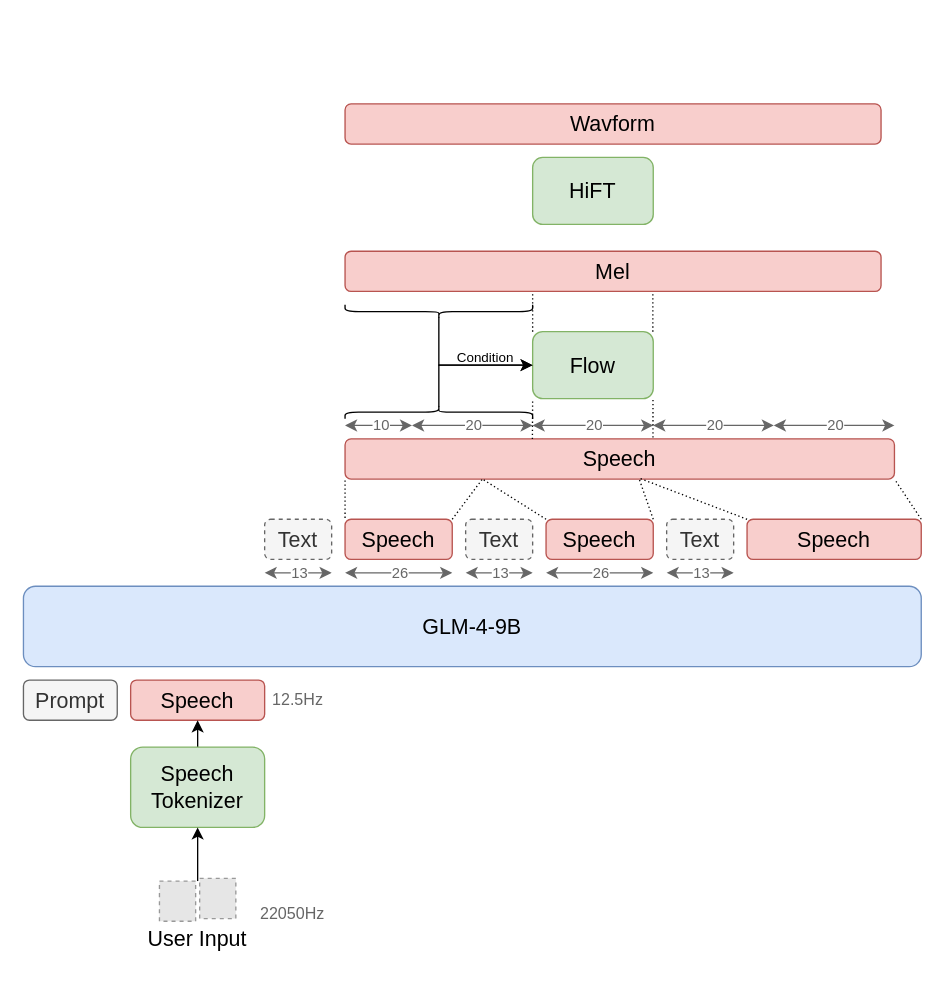
xrysamuel/my-drawio keeps this draw.io diagram as Drafts/glm4v.drawio. Above is the earlier version. Source tidied: cells renumbered, new cells numbered last; positions are measured from the earlier drawing's top-left corner, leaving out a move shared by most shapes. Both pictures are drawn from the tidied source at 134%, with x=0, y=0 at pixel (23, 103). Pictures stored in the file or linked from it are replaced by grey dashed boxes.
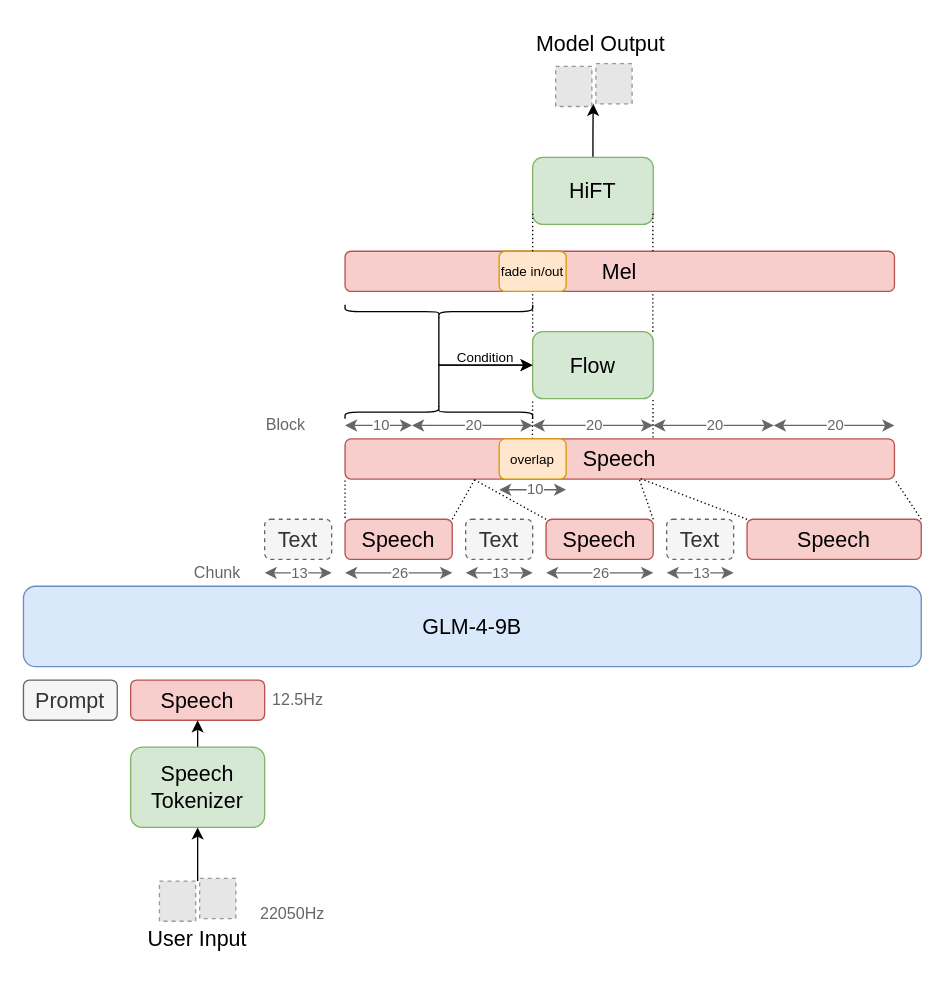
Above is the later version.

Unchanged cells that the change refers to:
```xml
<mxCell id="11" value="&lt;font style=&quot;font-size: 16px;&quot;&gt;Speech&lt;/font&gt;" style="rounded=1;whiteSpace=wrap;html=1;fillColor=#f8cecc;strokeColor=#b85450;" parent="1" vertex="1">
  <mxGeometry x="240" y="310" width="80" height="30" as="geometry" />
</mxCell>
<mxCell id="17" value="&lt;font style=&quot;font-size: 16px;&quot;&gt;Speech&lt;/font&gt;" style="rounded=1;whiteSpace=wrap;html=1;fillColor=#f8cecc;strokeColor=#b85450;" parent="1" vertex="1">
  <mxGeometry x="240" y="250" width="410" height="30" as="geometry" />
</mxCell>
<mxCell id="19" value="&lt;font style=&quot;font-size: 16px;&quot;&gt;HiFT&lt;/font&gt;" style="rounded=1;whiteSpace=wrap;html=1;fillColor=#d5e8d4;strokeColor=#82b366;" parent="1" vertex="1">
  <mxGeometry x="380" y="40" width="90" height="50" as="geometry" />
</mxCell>
```

Diff of the diagram source:
```diff
@@
+    <mxCell id="59" style="edgeStyle=orthogonalEdgeStyle;rounded=0;jettySize=auto;html=1;exitX=0.5;exitY=0;exitDx=0;exitDy=0;" parent="1" edge="1" source="19">
+      <mxGeometry relative="1" as="geometry">
+        <mxPoint x="425.2" as="targetPoint" />
+      </mxGeometry>
+    </mxCell>
@@
-    <mxCell id="38" value="&lt;font style=&quot;font-size: 16px;&quot;&gt;Wavform&lt;/font&gt;" style="rounded=1;whiteSpace=wrap;html=1;fillColor=#f8cecc;strokeColor=#b85450;" parent="1" vertex="1">
-      <mxGeometry x="240" width="400" height="30" as="geometry" />
-    </mxCell>
@@
     <mxCell id="41" value="&lt;font style=&quot;font-size: 16px;&quot;&gt;Mel&lt;/font&gt;" style="rounded=1;whiteSpace=wrap;html=1;fillColor=#f8cecc;strokeColor=#b85450;" parent="1" vertex="1">
-      <mxGeometry x="240" y="110" width="400" height="30" as="geometry" />
+      <mxGeometry x="240" y="110" width="410" height="30" as="geometry" />
     </mxCell>
@@
-    <mxCell id="50" style="endArrow=none;dashed=1;html=1;dashPattern=1 2;strokeWidth=1;rounded=0;exitX=1;exitY=0;exitDx=0;exitDy=0;entryX=0.25;entryY=1;entryDx=0;entryDy=0;strokeColor=default;align=center;verticalAlign=middle;fontFamily=Helvetica;fontSize=11;fontColor=default;labelBackgroundColor=default;" parent="1" edge="1" source="11" target="17">
+    <mxCell id="50" style="endArrow=none;dashed=1;html=1;dashPattern=1 2;strokeWidth=1;rounded=0;exitX=1;exitY=0;exitDx=0;exitDy=0;entryX=0.237;entryY=0.987;entryDx=0;entryDy=0;strokeColor=default;align=center;verticalAlign=middle;fontFamily=Helvetica;fontSize=11;fontColor=default;labelBackgroundColor=default;entryPerimeter=0;" parent="1" edge="1" source="11" target="17">
       <mxGeometry relative="1" as="geometry" />
     </mxCell>
-    <mxCell id="51" style="endArrow=none;dashed=1;html=1;dashPattern=1 2;strokeWidth=1;rounded=0;exitX=1;exitY=0;exitDx=0;exitDy=0;entryX=0.25;entryY=1;entryDx=0;entryDy=0;strokeColor=default;align=center;verticalAlign=middle;fontFamily=Helvetica;fontSize=11;fontColor=default;labelBackgroundColor=default;" parent="1" edge="1" target="17">
+    <mxCell id="51" style="endArrow=none;dashed=1;html=1;dashPattern=1 2;strokeWidth=1;rounded=0;exitX=1;exitY=0;exitDx=0;exitDy=0;entryX=0.235;entryY=1.014;entryDx=0;entryDy=0;strokeColor=default;align=center;verticalAlign=middle;fontFamily=Helvetica;fontSize=11;fontColor=default;labelBackgroundColor=default;entryPerimeter=0;" parent="1" edge="1" target="17">
       <mxGeometry relative="1" as="geometry">
         <mxPoint x="390" y="310" as="sourcePoint" />
       </mxGeometry>
     </mxCell>
@@
+    <mxCell id="60" value="&lt;font style=&quot;font-size: 10px;&quot;&gt;overlap&lt;/font&gt;" style="rounded=1;whiteSpace=wrap;html=1;fillColor=#ffe6cc;strokeColor=#d79b00;" parent="1" vertex="1">
+      <mxGeometry x="355" y="250" width="50" height="30" as="geometry" />
+    </mxCell>
+    <mxCell id="61" style="endArrow=classic;startArrow=classic;html=1;rounded=0;fillColor=#f5f5f5;strokeColor=#666666;" parent="1" edge="1">
+      <mxGeometry relative="1" as="geometry">
+        <mxPoint x="355" y="288" as="sourcePoint" />
+        <mxPoint x="405" y="288" as="targetPoint" />
+      </mxGeometry>
+    </mxCell>
+    <mxCell id="62" value="10" style="edgeLabel;html=1;align=center;verticalAlign=middle;fontColor=#666666;" parent="61" vertex="1">
+      <mxGeometry x="-0.02" y="1" relative="1" as="geometry">
+        <mxPoint x="1" as="offset" />
+      </mxGeometry>
+    </mxCell>
+    <mxCell id="63" value="&lt;font style=&quot;font-size: 10px;&quot;&gt;fade in/out&lt;/font&gt;" style="rounded=1;whiteSpace=wrap;html=1;fillColor=#ffe6cc;strokeColor=#d79b00;" parent="1" vertex="1">
+      <mxGeometry x="355" y="110" width="50" height="30" as="geometry" />
+    </mxCell>
+    <mxCell id="64" style="fillColor=#E6E6E6;strokeColor=#999999;dashed=1;html=1;verticalLabelPosition=bottom;labelBackgroundColor=#ffffff;verticalAlign=top;" parent="1" vertex="1">
+      <mxGeometry x="397.2" y="-28" width="27" height="30" as="geometry" />
+    </mxCell>
+    <mxCell id="65" style="fillColor=#E6E6E6;strokeColor=#999999;dashed=1;html=1;verticalLabelPosition=bottom;labelBackgroundColor=#ffffff;verticalAlign=top;" parent="1" vertex="1">
+      <mxGeometry x="427.2" y="-30" width="27" height="30" as="geometry" />
+    </mxCell>
+    <mxCell id="66" value="Model Output" style="text;html=1;align=center;verticalAlign=middle;whiteSpace=wrap;rounded=0;fontSize=16;" parent="1" vertex="1">
+      <mxGeometry x="380" y="-60" width="101.5" height="30" as="geometry" />
+    </mxCell>
+    <mxCell id="67" value="&lt;font color=&quot;#666666&quot;&gt;Chunk&lt;/font&gt;" style="text;html=1;align=center;verticalAlign=middle;whiteSpace=wrap;rounded=0;" parent="1" vertex="1">
+      <mxGeometry x="115" y="340" width="60" height="20" as="geometry" />
+    </mxCell>
+    <mxCell id="68" value="&lt;font color=&quot;#666666&quot;&gt;Block&lt;/font&gt;" style="text;html=1;align=center;verticalAlign=middle;whiteSpace=wrap;rounded=0;" parent="1" vertex="1">
+      <mxGeometry x="165.8" y="230" width="60" height="20" as="geometry" />
+    </mxCell>
+    <mxCell id="69" style="endArrow=none;dashed=1;html=1;strokeWidth=1;rounded=0;exitX=0.437;exitY=-0.037;exitDx=0;exitDy=0;exitPerimeter=0;entryX=0;entryY=1;entryDx=0;entryDy=0;dashPattern=1 2;" parent="1" edge="1">
+      <mxGeometry relative="1" as="geometry">
+        <mxPoint x="380" y="110" as="sourcePoint" />
+        <mxPoint x="380" y="81" as="targetPoint" />
+        <Array as="points">
+          <mxPoint x="380" y="81" />
+        </Array>
+      </mxGeometry>
+    </mxCell>
+    <mxCell id="70" style="endArrow=none;dashed=1;html=1;strokeWidth=1;rounded=0;exitX=0.437;exitY=-0.037;exitDx=0;exitDy=0;exitPerimeter=0;entryX=0;entryY=1;entryDx=0;entryDy=0;dashPattern=1 2;" parent="1" edge="1">
+      <mxGeometry relative="1" as="geometry">
+        <mxPoint x="469.7" y="110" as="sourcePoint" />
+        <mxPoint x="469.7" y="81" as="targetPoint" />
+        <Array as="points">
+          <mxPoint x="469.7" y="81" />
+        </Array>
+      </mxGeometry>
+    </mxCell>
```
